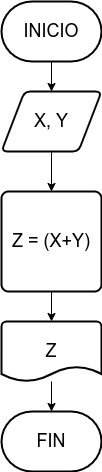
Earlier version of the draw.io export suma-enteros/suma-enteros.png (sanmacorz/ejercicios-fundamentos). Source tidied: cells renumbered, new cells last; positions are measured from the earlier drawing's top-left corner, leaving out a move shared by most shapes.
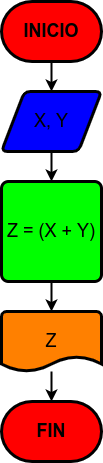
Above is the later version.

What changed in the source:
```diff
@@ -1,32 +1,32 @@
-<mxGraphModel>
+<mxGraphModel background="#FFFFFF">
   <root>
     <mxCell id="0" />
     <mxCell id="1" parent="0" />
-    <mxCell id="2" style="edgeStyle=orthogonalEdgeStyle;rounded=0;jettySize=auto;html=1;fontSize=18;" parent="1" edge="1" source="3" target="5">
+    <mxCell id="2" style="edgeStyle=orthogonalEdgeStyle;rounded=0;jettySize=auto;html=1;fontSize=18;strokeWidth=2;strokeColor=#000000;" parent="1" edge="1" source="3" target="5">
       <mxGeometry relative="1" as="geometry" />
     </mxCell>
-    <mxCell id="3" value="&lt;font style=&quot;font-size: 18px&quot;&gt;X, Y&lt;/font&gt;" style="shape=parallelogram;html=1;strokeWidth=2;perimeter=parallelogramPerimeter;whiteSpace=wrap;rounded=1;arcSize=12;size=0.23;" parent="1" vertex="1">
-      <mxGeometry y="90" width="100" height="60" as="geometry" />
+    <mxCell id="3" value="&lt;font style=&quot;font-size: 18px&quot;&gt;X, Y&lt;/font&gt;" style="shape=parallelogram;html=1;strokeWidth=3;perimeter=parallelogramPerimeter;whiteSpace=wrap;rounded=1;arcSize=12;size=0.23;fillColor=#0000FF;fontColor=#000000;strokeColor=#000000;" parent="1" vertex="1">
+      <mxGeometry y="100" width="100" height="60" as="geometry" />
     </mxCell>
-    <mxCell id="4" style="edgeStyle=orthogonalEdgeStyle;rounded=0;jettySize=auto;html=1;fontSize=18;" parent="1" edge="1" source="5" target="10">
+    <mxCell id="4" style="edgeStyle=orthogonalEdgeStyle;rounded=0;jettySize=auto;html=1;fontSize=18;strokeWidth=2;strokeColor=#000000;" parent="1" edge="1" source="5" target="10">
       <mxGeometry relative="1" as="geometry" />
     </mxCell>
-    <mxCell id="5" value="&lt;font style=&quot;font-size: 18px&quot;&gt;Z = (X+Y)&lt;/font&gt;" style="rounded=1;whiteSpace=wrap;html=1;absoluteArcSize=1;arcSize=14;strokeWidth=2;" parent="1" vertex="1">
+    <mxCell id="5" value="&lt;font style=&quot;font-size: 18px&quot;&gt;Z = (X + Y)&lt;/font&gt;" style="rounded=1;whiteSpace=wrap;html=1;absoluteArcSize=1;arcSize=14;strokeWidth=3;fillColor=#00FF00;fontColor=#000000;strokeColor=#000000;" parent="1" vertex="1">
       <mxGeometry y="190" width="100" height="100" as="geometry" />
     </mxCell>
-    <mxCell id="6" style="edgeStyle=orthogonalEdgeStyle;rounded=0;jettySize=auto;html=1;fontSize=18;" parent="1" edge="1" source="7" target="3">
+    <mxCell id="6" style="edgeStyle=orthogonalEdgeStyle;rounded=0;jettySize=auto;html=1;fontSize=18;strokeColor=#000000;strokeWidth=2;" parent="1" edge="1" source="7" target="3">
       <mxGeometry relative="1" as="geometry" />
     </mxCell>
-    <mxCell id="7" value="INICIO" style="strokeWidth=2;html=1;shape=mxgraph.flowchart.terminator;whiteSpace=wrap;fontSize=18;" parent="1" vertex="1">
-      <mxGeometry width="100" height="60" as="geometry" />
+    <mxCell id="7" value="INICIO" style="strokeWidth=3;html=1;shape=mxgraph.flowchart.terminator;whiteSpace=wrap;fontSize=18;fillColor=#FF0000;fontStyle=1;fontColor=#000000;strokeColor=#000000;" parent="1" vertex="1">
+      <mxGeometry y="10" width="100" height="60" as="geometry" />
     </mxCell>
-    <mxCell id="8" value="FIN" style="strokeWidth=2;html=1;shape=mxgraph.flowchart.terminator;whiteSpace=wrap;fontSize=18;" parent="1" vertex="1">
+    <mxCell id="8" value="FIN" style="strokeWidth=3;html=1;shape=mxgraph.flowchart.terminator;whiteSpace=wrap;fontSize=18;fillColor=#FF0000;fontStyle=1;fontColor=#000000;strokeColor=#000000;" parent="1" vertex="1">
       <mxGeometry y="410" width="100" height="60" as="geometry" />
     </mxCell>
-    <mxCell id="9" style="edgeStyle=orthogonalEdgeStyle;rounded=0;jettySize=auto;html=1;fontSize=18;" parent="1" edge="1" source="10" target="8">
+    <mxCell id="9" style="edgeStyle=orthogonalEdgeStyle;rounded=0;jettySize=auto;html=1;fontSize=18;strokeWidth=2;strokeColor=#000000;" parent="1" edge="1" source="10" target="8">
       <mxGeometry relative="1" as="geometry" />
     </mxCell>
-    <mxCell id="10" value="Z" style="strokeWidth=2;html=1;shape=mxgraph.flowchart.document2;whiteSpace=wrap;size=0.25;fontSize=18;" parent="1" vertex="1">
+    <mxCell id="10" value="Z" style="strokeWidth=3;html=1;shape=mxgraph.flowchart.document2;whiteSpace=wrap;size=0.25;fontSize=18;fillColor=#FF8000;fontColor=#000000;strokeColor=#000000;" parent="1" vertex="1">
       <mxGeometry y="320" width="100" height="60" as="geometry" />
     </mxCell>
   </root>
```
